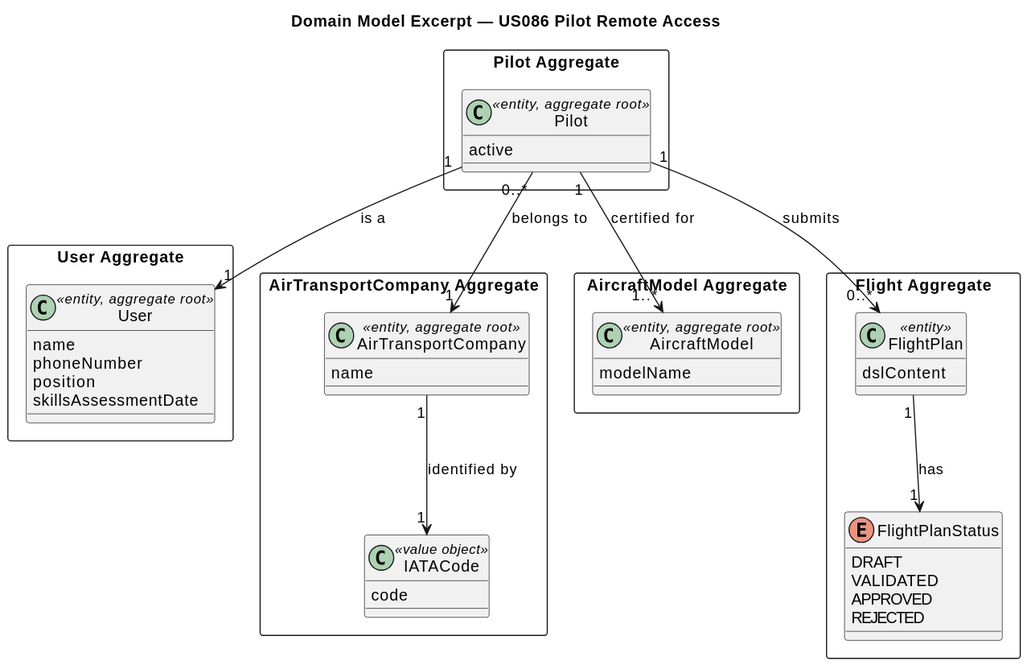
Above: aisafe.base/docs/user-stories/us086/svg/US086-domain-model.svg in brunodspinto/aisafe (PlantUML), before the change. Source of this version:
```plantuml
@startuml
skinparam shadowing false
skinparam classAttributeIconSize 0

title Domain Model Excerpt — US086 Pilot Remote Access

package "Pilot Aggregate" <<Rectangle>> {
    class Pilot <<entity, aggregate root>> {
        active
    }
}

package "User Aggregate" <<Rectangle>> {
    class User <<entity, aggregate root>> {
        name
        phoneNumber
        position
        skillsAssessmentDate
    }
}

package "AirTransportCompany Aggregate" <<Rectangle>> {
    class AirTransportCompany <<entity, aggregate root>> {
        name
    }
    class IATACode <<value object>> {
        code
    }
}

package "AircraftModel Aggregate" <<Rectangle>> {
    class AircraftModel <<entity, aggregate root>> {
        modelName
    }
}

package "Flight Aggregate" <<Rectangle>> {
    class FlightPlan <<entity>> {
        dslContent
    }
    Enum FlightPlanStatus {
        DRAFT
        VALIDATED
        APPROVED
        REJECTED
    }
}

Pilot "1" --> "1" User                 : "is a"
Pilot "0..*" --> "1" AirTransportCompany : "belongs to"
Pilot "1" --> "1..*" AircraftModel      : "certified for"
Pilot "1" --> "0..*" FlightPlan         : "submits"

AirTransportCompany "1" --> "1" IATACode : "identified by"

FlightPlan "1" --> "1" FlightPlanStatus  : "has"
@enduml
```
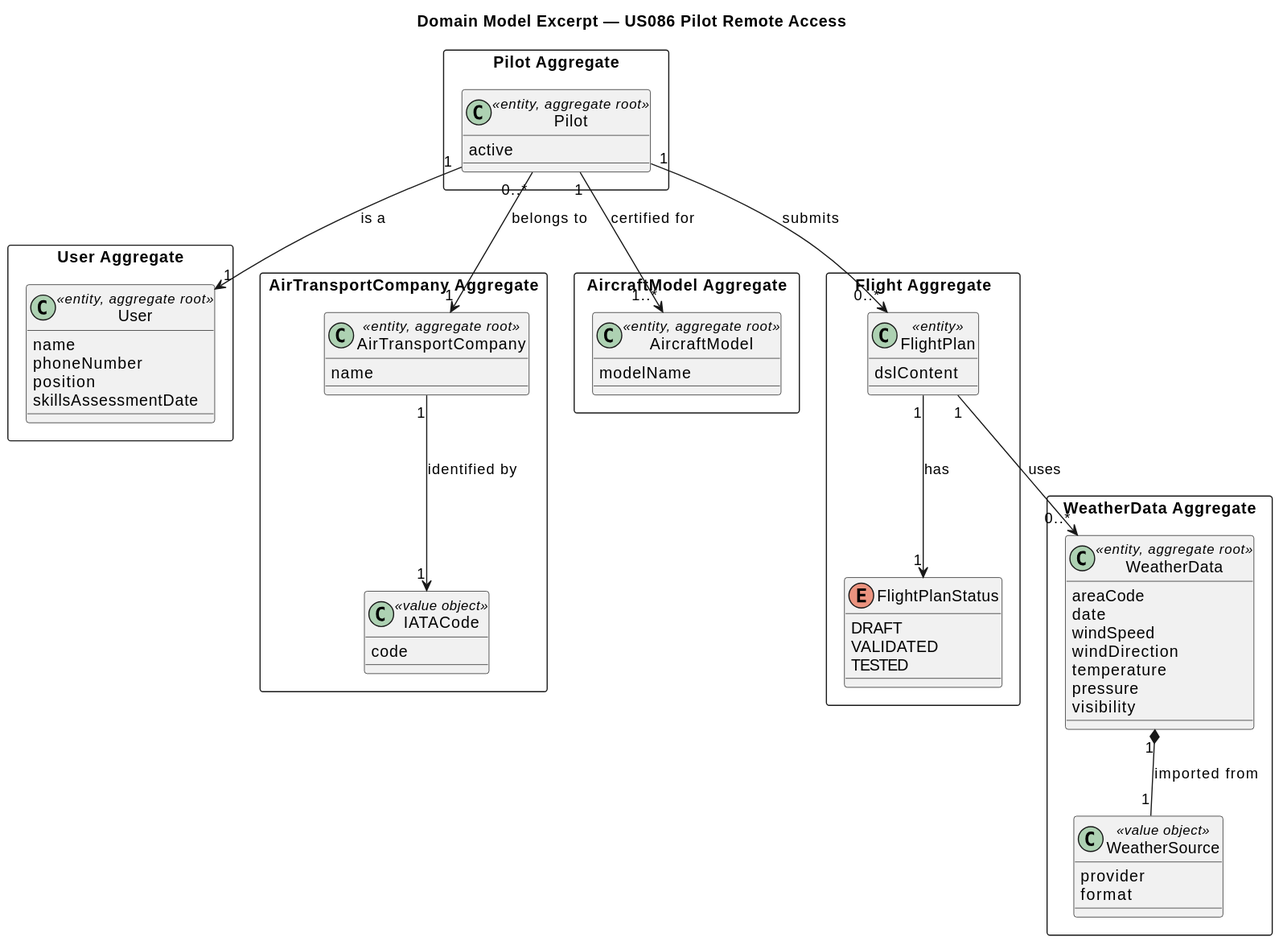
After the commit.

Commit message:
update US086 principles and regenerate diagrams SVGs, #62

Change to the diagram source:
```diff
@@ -41,17 +41,35 @@
     Enum FlightPlanStatus {
         DRAFT
         VALIDATED
-        APPROVED
-        REJECTED
+        TESTED
     }
 }
 
-Pilot "1" --> "1" User                 : "is a"
+package "WeatherData Aggregate" <<Rectangle>> {
+    class WeatherData <<entity, aggregate root>> {
+        areaCode
+        date
+        windSpeed
+        windDirection
+        temperature
+        pressure
+        visibility
+    }
+    class WeatherSource <<value object>> {
+        provider
+        format
+    }
+}
+
+Pilot "1" --> "1" User                   : "is a"
 Pilot "0..*" --> "1" AirTransportCompany : "belongs to"
-Pilot "1" --> "1..*" AircraftModel      : "certified for"
-Pilot "1" --> "0..*" FlightPlan         : "submits"
+Pilot "1" --> "1..*" AircraftModel       : "certified for"
+Pilot "1" --> "0..*" FlightPlan          : "submits"
 
 AirTransportCompany "1" --> "1" IATACode : "identified by"
 
 FlightPlan "1" --> "1" FlightPlanStatus  : "has"
+FlightPlan "1" --> "0..*" WeatherData    : "uses"
+
+WeatherData "1" *-- "1" WeatherSource    : "imported from"
 @enduml
```
